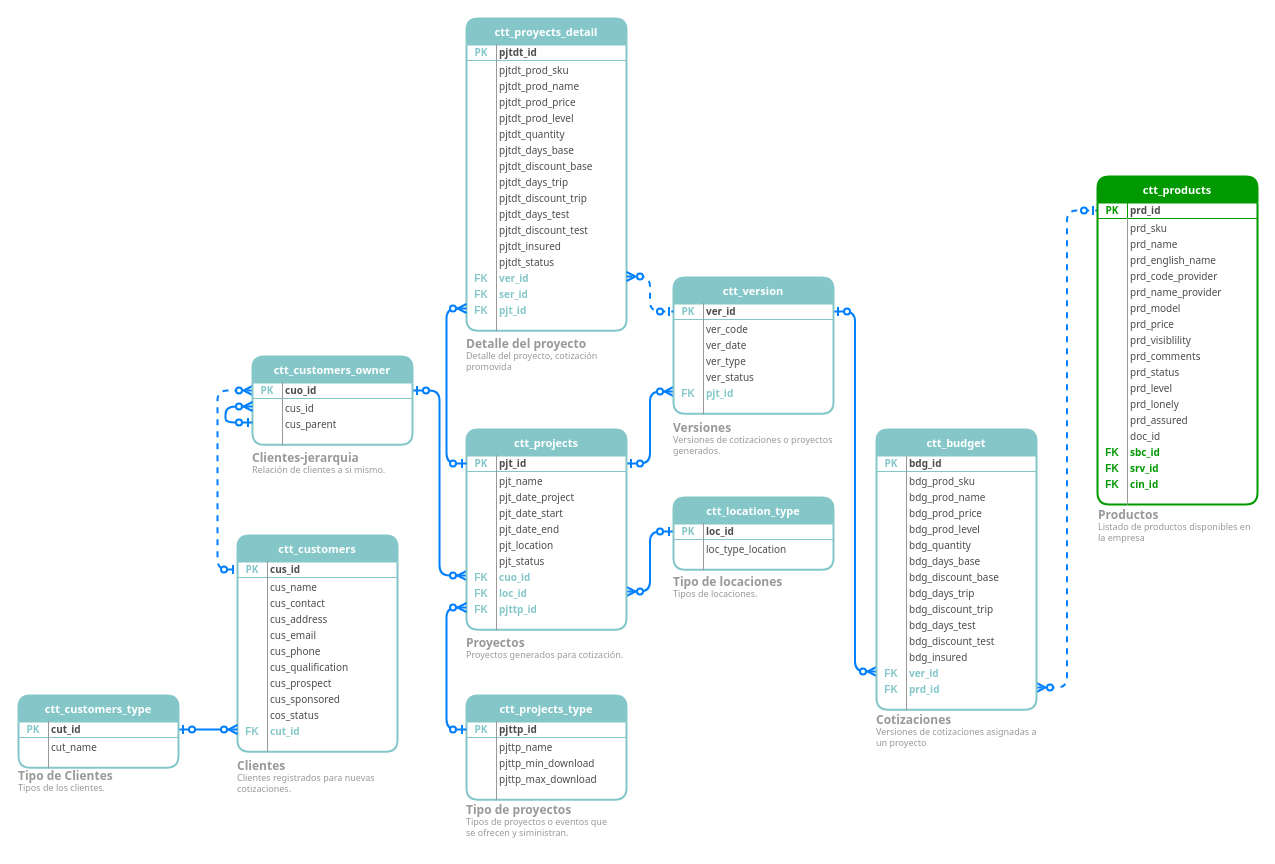
This is page "Cotizaciones" (6 of 6) of _desarrollo/archivos_info/CTTRentals entidad relacion.drawio from juarezjorr/TesteoCire, a draw.io file, before an edit. Source tidied: cells renumbered, new cells numbered last; positions are measured from the earlier drawing's top-left corner, leaving out a move shared by most shapes. Both pictures are drawn from the tidied source at 100%, with x=0, y=0 at pixel (18, 18).
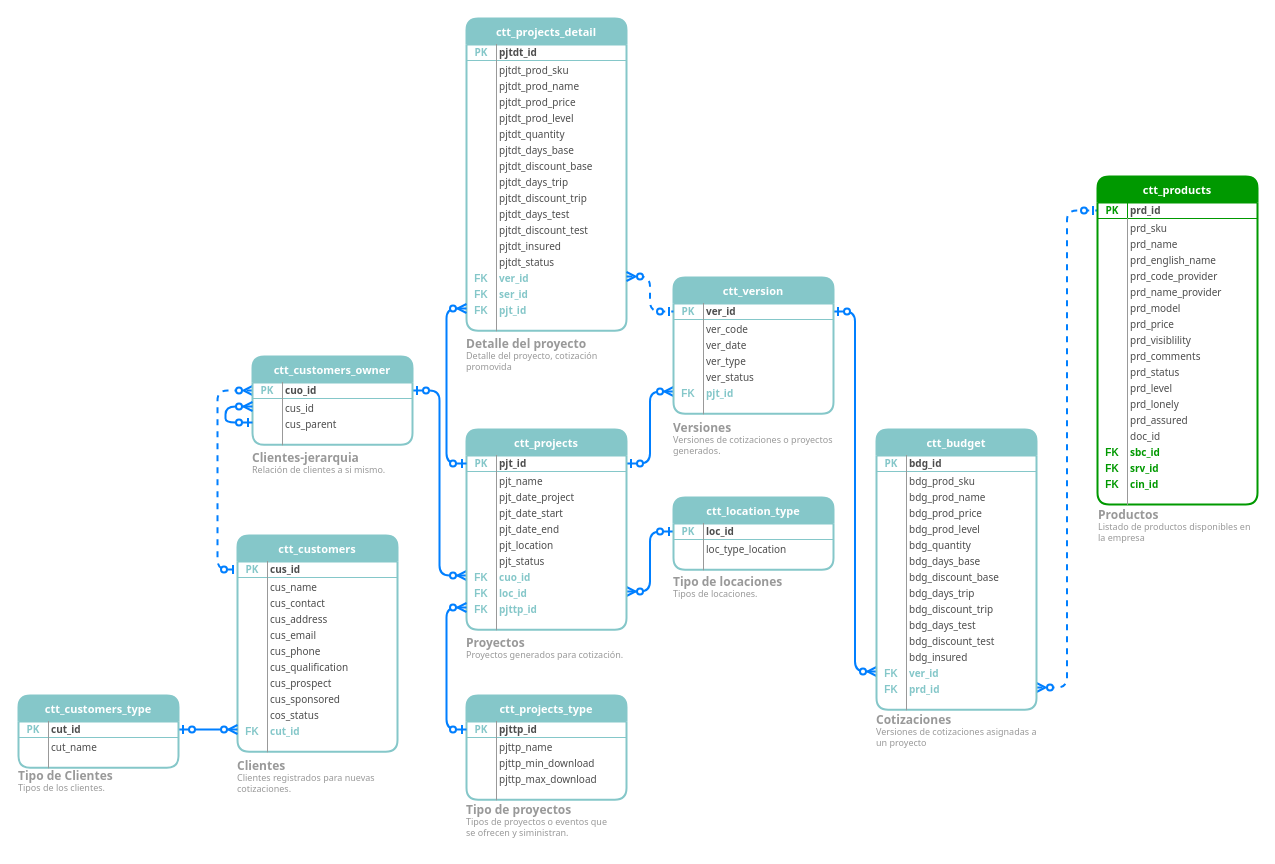
After the change.

The change refers to these unchanged cells:
```xml
<mxCell id="157" style="group;rounded=1;" parent="1" vertex="1">
  <mxGeometry x="448" width="160" height="357.3" as="geometry" />
</mxCell>
```

Change to the diagram source:
```diff
@@
-    <mxCell id="158" value="ctt_proyects_detail" style="swimlane;fontStyle=1;horizontal=1;startSize=26;swimlaneFillColor=#ffffff;align=center;fontSize=11;strokeWidth=2;fontColor=#FFFFFF;fontFamily=Tahoma;fillColor=#85C7C9;strokeColor=#85C7C9;rounded=1;" parent="157" vertex="1">
+    <mxCell id="158" value="ctt_projects_detail" style="swimlane;fontStyle=1;horizontal=1;startSize=26;swimlaneFillColor=#ffffff;align=center;fontSize=11;strokeWidth=2;fontColor=#FFFFFF;fontFamily=Tahoma;fillColor=#85C7C9;strokeColor=#85C7C9;rounded=1;" parent="157" vertex="1">
       <mxGeometry width="160" height="312.3" as="geometry" />
     </mxCell>
```
